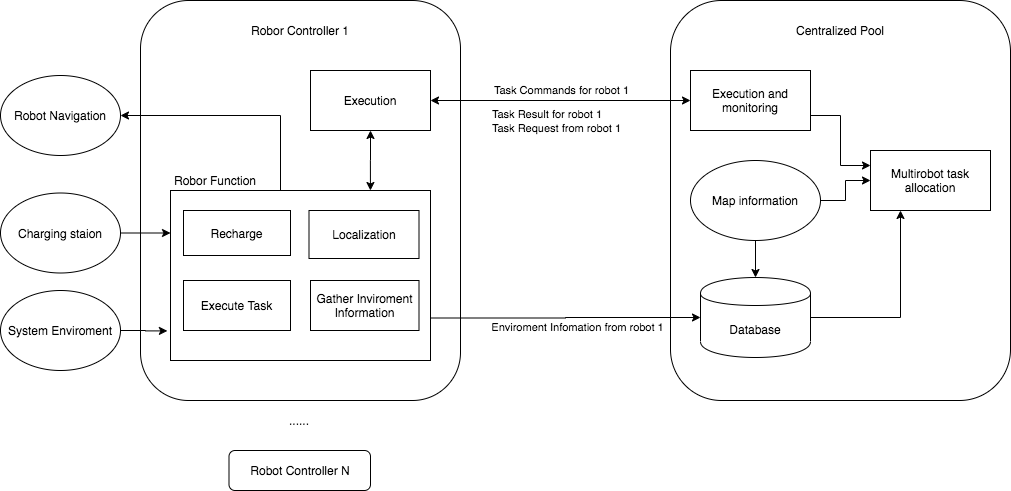
xuanjiao/master_thesis keeps this draw.io diagram as Thesis/content/images/ch3/architecture.drawio.png. Above is the earlier version. Source tidied: cells renumbered, new cells last; positions are measured from the earlier drawing's top-left corner, leaving out a move shared by most shapes.
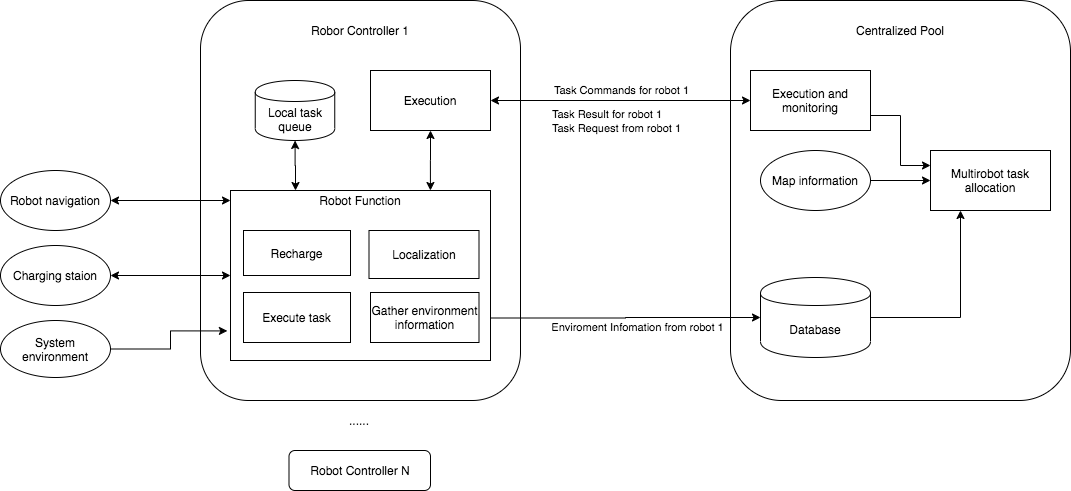
The same file after the commit.

Change to the diagram source:
```diff
@@ -14,11 +14,8 @@
     <mxCell id="5" style="edgeStyle=orthogonalEdgeStyle;rounded=0;jettySize=auto;html=1;" parent="1" edge="1" source="7" target="10">
       <mxGeometry relative="1" as="geometry" />
     </mxCell>
-    <mxCell id="6" style="edgeStyle=orthogonalEdgeStyle;rounded=0;jettySize=auto;html=1;startArrow=none;startFill=0;" parent="1" edge="1" source="7" target="9">
-      <mxGeometry relative="1" as="geometry" />
-    </mxCell>
     <mxCell id="7" value="&lt;span&gt;Map information&lt;/span&gt;" style="ellipse;whiteSpace=wrap;html=1;" parent="1" vertex="1">
-      <mxGeometry x="690" y="160" width="130" height="80" as="geometry" />
+      <mxGeometry x="700" y="150" width="110" height="60" as="geometry" />
     </mxCell>
     <mxCell id="8" style="edgeStyle=orthogonalEdgeStyle;rounded=0;jettySize=auto;html=1;exitX=1;exitY=0.5;exitDx=0;exitDy=0;entryX=0.25;entryY=1;entryDx=0;entryDy=0;" parent="1" edge="1" source="9" target="10">
       <mxGeometry relative="1" as="geometry" />
@@ -41,42 +38,45 @@
     <mxCell id="14" style="edgeStyle=orthogonalEdgeStyle;rounded=0;jettySize=auto;html=1;entryX=-0.012;entryY=0.826;entryDx=0;entryDy=0;entryPerimeter=0;" parent="1" edge="1" source="15" target="18">
       <mxGeometry relative="1" as="geometry" />
     </mxCell>
-    <mxCell id="15" value="System Enviroment" style="ellipse;whiteSpace=wrap;html=1;" parent="1" vertex="1">
-      <mxGeometry y="290" width="120" height="80" as="geometry" />
+    <mxCell id="15" value="System environment" style="ellipse;whiteSpace=wrap;html=1;" parent="1" vertex="1">
+      <mxGeometry x="-60" y="320" width="110" height="57" as="geometry" />
     </mxCell>
     <mxCell id="16" value="&lt;font face=&quot;helvetica&quot;&gt;Enviroment Infomation from robot 1&lt;/font&gt;" style="edgeStyle=orthogonalEdgeStyle;rounded=0;jettySize=auto;html=1;startArrow=none;startFill=0;exitX=1;exitY=0.75;exitDx=0;exitDy=0;entryX=0;entryY=0.5;entryDx=0;entryDy=0;" parent="1" edge="1" source="18" target="9">
       <mxGeometry x="0.09" y="-10" relative="1" as="geometry" />
     </mxCell>
-    <mxCell id="17" style="edgeStyle=orthogonalEdgeStyle;rounded=0;jettySize=auto;html=1;entryX=1;entryY=0.5;entryDx=0;entryDy=0;startArrow=none;startFill=0;" parent="1" edge="1" source="18" target="32">
+    <mxCell id="17" style="edgeStyle=orthogonalEdgeStyle;rounded=0;jettySize=auto;html=1;entryX=1;entryY=0.5;entryDx=0;entryDy=0;startArrow=classic;startFill=1;" parent="1" edge="1" source="18" target="32">
       <mxGeometry relative="1" as="geometry">
         <Array as="points">
-          <mxPoint x="280" y="115" />
+          <mxPoint x="50" y="200" />
         </Array>
       </mxGeometry>
     </mxCell>
+    <mxCell id="33" style="edgeStyle=orthogonalEdgeStyle;rounded=0;jettySize=auto;html=1;exitX=0.25;exitY=0;exitDx=0;exitDy=0;startArrow=classic;startFill=1;" parent="1" edge="1" source="18" target="34">
+      <mxGeometry relative="1" as="geometry" />
+    </mxCell>
     <mxCell id="18" style="rounded=0;whiteSpace=wrap;html=1;" parent="1" vertex="1">
       <mxGeometry x="170" y="190" width="260" height="170" as="geometry" />
     </mxCell>
-    <mxCell id="19" value="Robor Function" style="text;html=1;strokeColor=none;fillColor=none;align=center;verticalAlign=middle;whiteSpace=wrap;rounded=0;" parent="1" vertex="1">
-      <mxGeometry x="170" y="170" width="90" height="20" as="geometry" />
+    <mxCell id="19" value="Robot Function" style="text;html=1;strokeColor=none;fillColor=none;align=center;verticalAlign=middle;whiteSpace=wrap;rounded=0;" parent="1" vertex="1">
+      <mxGeometry x="255" y="190" width="90" height="20" as="geometry" />
     </mxCell>
     <mxCell id="20" value="Recharge" style="rounded=0;whiteSpace=wrap;html=1;" parent="1" vertex="1">
-      <mxGeometry x="183" y="210" width="107" height="45" as="geometry" />
+      <mxGeometry x="183" y="230" width="107" height="45" as="geometry" />
     </mxCell>
-    <mxCell id="21" value="Gather Inviroment Information" style="rounded=0;whiteSpace=wrap;html=1;" parent="1" vertex="1">
-      <mxGeometry x="310" y="280" width="108.5" height="50" as="geometry" />
+    <mxCell id="21" value="Gather environment information" style="rounded=0;whiteSpace=wrap;html=1;" parent="1" vertex="1">
+      <mxGeometry x="310" y="292" width="108.5" height="50" as="geometry" />
     </mxCell>
-    <mxCell id="22" value="Execute Task" style="rounded=0;whiteSpace=wrap;html=1;" parent="1" vertex="1">
-      <mxGeometry x="183" y="280" width="107" height="50" as="geometry" />
+    <mxCell id="22" value="Execute task" style="rounded=0;whiteSpace=wrap;html=1;" parent="1" vertex="1">
+      <mxGeometry x="183" y="292" width="107" height="50" as="geometry" />
     </mxCell>
     <mxCell id="23" value="Localization" style="rounded=0;whiteSpace=wrap;html=1;" parent="1" vertex="1">
-      <mxGeometry x="308.5" y="210" width="110" height="48" as="geometry" />
+      <mxGeometry x="308.5" y="230" width="110" height="48" as="geometry" />
     </mxCell>
-    <mxCell id="24" style="edgeStyle=orthogonalEdgeStyle;rounded=0;jettySize=auto;html=1;entryX=0;entryY=0.25;entryDx=0;entryDy=0;" parent="1" edge="1" source="25" target="18">
+    <mxCell id="24" style="edgeStyle=orthogonalEdgeStyle;rounded=0;jettySize=auto;html=1;entryX=0;entryY=0.5;entryDx=0;entryDy=0;startArrow=classic;startFill=1;" parent="1" edge="1" source="25" target="18">
       <mxGeometry relative="1" as="geometry" />
     </mxCell>
     <mxCell id="25" value="Charging staion" style="ellipse;whiteSpace=wrap;html=1;" parent="1" vertex="1">
-      <mxGeometry y="192.5" width="120" height="80" as="geometry" />
+      <mxGeometry x="-60" y="245" width="110" height="60" as="geometry" />
     </mxCell>
     <mxCell id="26" style="edgeStyle=orthogonalEdgeStyle;rounded=0;jettySize=auto;html=1;entryX=0.769;entryY=0;entryDx=0;entryDy=0;entryPerimeter=0;startArrow=classic;startFill=1;" parent="1" edge="1" source="27" target="18">
       <mxGeometry relative="1" as="geometry" />
@@ -98,8 +98,11 @@
     <mxCell id="31" value="......" style="text;html=1;strokeColor=none;fillColor=none;align=center;verticalAlign=middle;whiteSpace=wrap;rounded=0;" parent="1" vertex="1">
       <mxGeometry x="279.2" y="410" width="40" height="20" as="geometry" />
     </mxCell>
-    <mxCell id="32" value="Robot Navigation" style="ellipse;whiteSpace=wrap;html=1;" parent="1" vertex="1">
-      <mxGeometry y="75" width="120" height="80" as="geometry" />
+    <mxCell id="32" value="Robot navigation" style="ellipse;whiteSpace=wrap;html=1;" parent="1" vertex="1">
+      <mxGeometry x="-60" y="170" width="110" height="60" as="geometry" />
     </mxCell>
+    <mxCell id="34" value="Local task queue" style="shape=cylinder;whiteSpace=wrap;html=1;boundedLbl=1;backgroundOutline=1;" parent="1" vertex="1">
+      <mxGeometry x="194.8" y="80" width="79.5" height="60" as="geometry" />
+    </mxCell>
   </root>
 </mxGraphModel>
```
